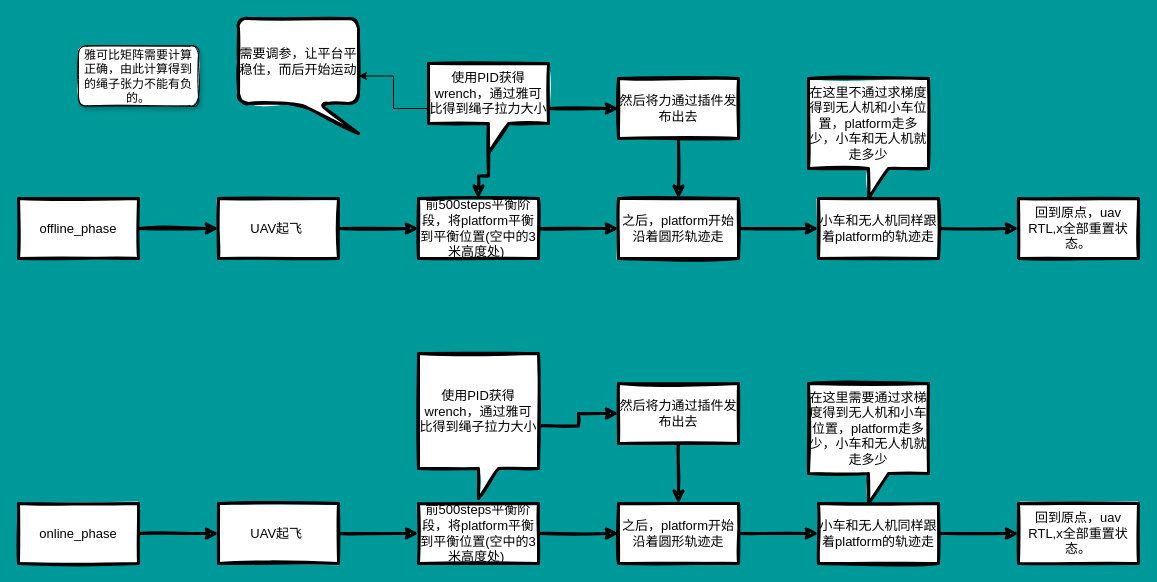
Before: plan_cdpr.drawio in CHH3213/diagrams_flow-chart, a draw.io diagram. Source tidied: cells renumbered, new cells numbered last; positions are measured from the earlier drawing's top-left corner, leaving out a move shared by most shapes. Both pictures are drawn from the tidied source at 100%, with x=0, y=0 at pixel (18, 18).
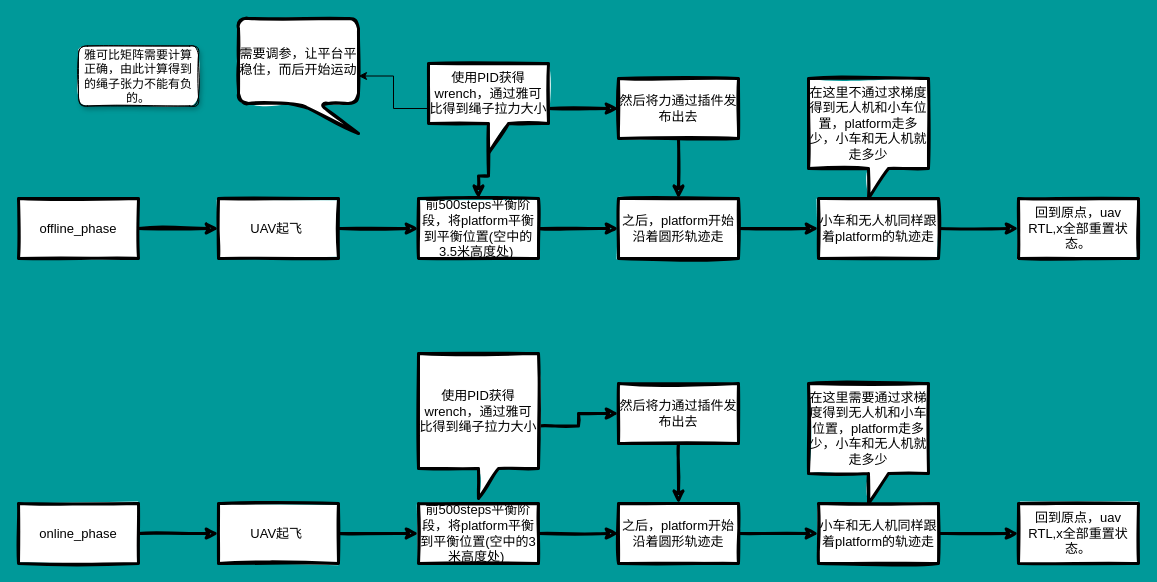
The same page after the edit.

Diff of the diagram source:
```diff
@@
-    <mxCell id="7" value="前500steps平衡阶段，将platform平衡到平衡位置(空中的3米高度处)&lt;span style=&quot;white-space: pre; font-size: 13px;&quot;&gt; &lt;/span&gt;" style="whiteSpace=wrap;html=1;sketch=1;strokeWidth=3;fontSize=13;" parent="1" vertex="1">
+    <mxCell id="7" value="前500steps平衡阶段，将platform平衡到平衡位置(空中的3.5米高度处)&lt;span style=&quot;white-space: pre ; font-size: 13px&quot;&gt; &lt;/span&gt;" style="whiteSpace=wrap;html=1;sketch=1;strokeWidth=3;fontSize=13;" parent="1" vertex="1">
       <mxGeometry x="400" y="180" width="120" height="60" as="geometry" />
     </mxCell>
```
